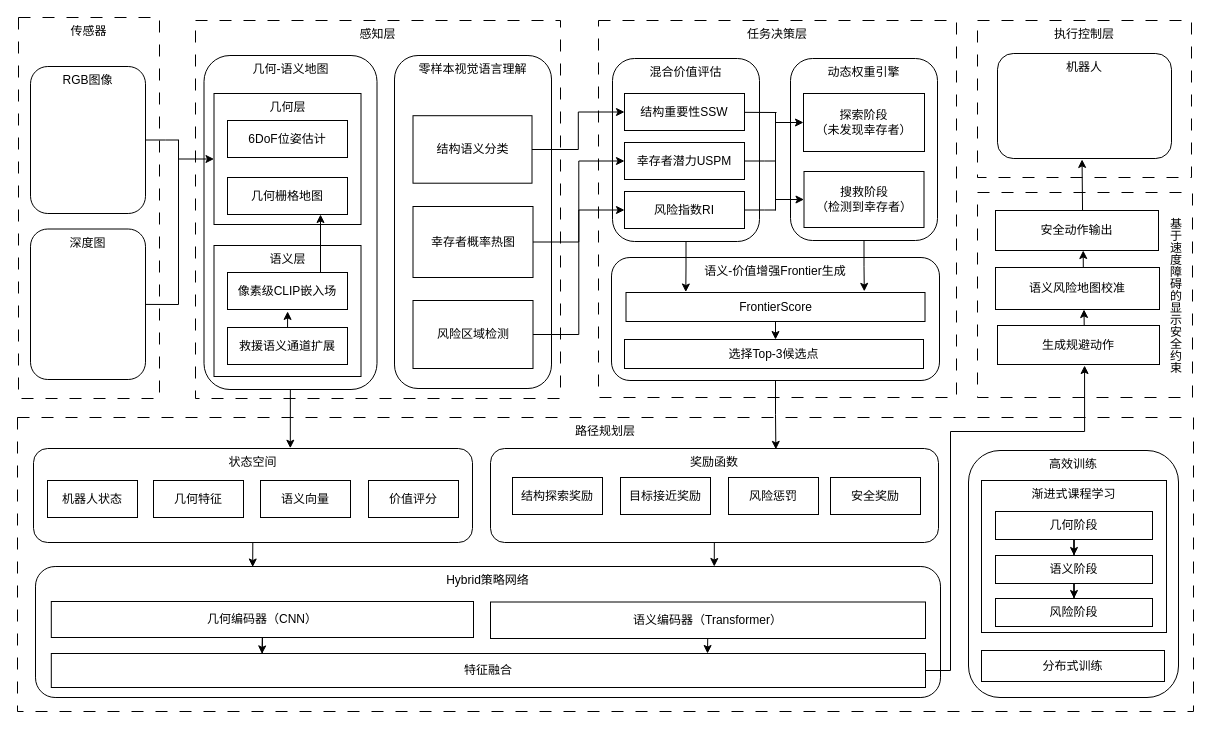
This is 未命名绘图.drawio from qingyuhai/myGitTemp, a draw.io file, before an edit. Source tidied: cells renumbered, new cells numbered last; positions are measured from the earlier drawing's top-left corner, leaving out a move shared by most shapes. Both pictures are drawn from the tidied source at 100%, with x=0, y=0 at pixel (17, 17).
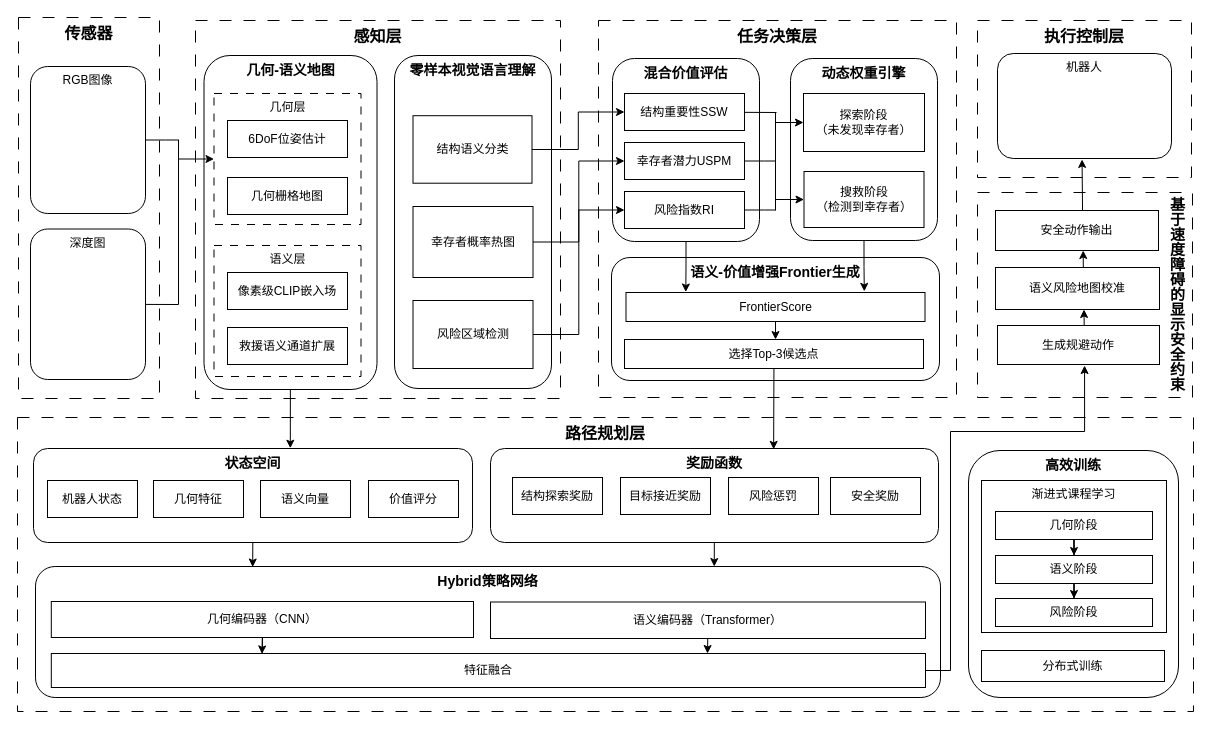
Above is the later version.

Commit message (it also covers changes not shown here):
更新未命名绘图.drawio

Unchanged cells that the change refers to:
```xml
<mxCell id="52" value="救援语义通道扩展" style="rounded=0;whiteSpace=wrap;html=1;" parent="1" vertex="1">
  <mxGeometry x="210" y="310" width="120" height="37" as="geometry" />
</mxCell>
<mxCell id="54" value="像素级CLIP嵌入场" style="rounded=0;whiteSpace=wrap;html=1;" parent="1" vertex="1">
  <mxGeometry x="210" y="255" width="120" height="37" as="geometry" />
</mxCell>
<mxCell id="66" value="&lt;div&gt;&lt;div class=&quot;old-record-id-MrWGdxZGiolvprx9qxSc6dqvnWe&quot;&gt;&lt;div&gt;&lt;div class=&quot;ace-line ace-line old-record-id-MdqQdFTXMoa1VLxG5Y0cHxWdnwl&quot;&gt;&lt;div&gt;&lt;div class=&quot;old-record-id-ON2RdJJ0aoLhdgxKIYQc2rJrnkc&quot;&gt;选择Top-3候选点&lt;/div&gt;&lt;/div&gt;&lt;span class=&quot;lark-record-clipboard&quot; data-lark-record-data=&quot;{&amp;quot;rootId&amp;quot;:&amp;quot;BNPAdGCBEommW2xqo2ccPuPGn6e&amp;quot;,&amp;quot;text&amp;quot;:{&amp;quot;initialAttributedTexts&amp;quot;:{&amp;quot;text&amp;quot;:{&amp;quot;0&amp;quot;:&amp;quot;选择Top-3候选点&amp;quot;},&amp;quot;attribs&amp;quot;:{&amp;quot;0&amp;quot;:&amp;quot;*0+a&amp;quot;}},&amp;quot;apool&amp;quot;:{&amp;quot;numToAttrib&amp;quot;:{&amp;quot;0&amp;quot;:[&amp;quot;author&amp;quot;,&amp;quot;7080140424181972994&amp;quot;]},&amp;quot;nextNum&amp;quot;:1}},&amp;quot;type&amp;quot;:&amp;quot;text&amp;quot;,&amp;quot;referenceRecordMap&amp;quot;:{},&amp;quot;extra&amp;quot;:{&amp;quot;channel&amp;quot;:&amp;quot;saas&amp;quot;,&amp;quot;isEqualBlockSelection&amp;quot;:false,&amp;quot;pasteRandomId&amp;quot;:&amp;quot;8e714dca-01f3-4ddd-979a-de3e74d18979&amp;quot;,&amp;quot;mention_page_title&amp;quot;:{},&amp;quot;external_mention_url&amp;quot;:{}},&amp;quot;isKeepQuoteContainer&amp;quot;:false,&amp;quot;isFromCode&amp;quot;:false,&amp;quot;selection&amp;quot;:[{&amp;quot;id&amp;quot;:616,&amp;quot;type&amp;quot;:&amp;quot;text&amp;quot;,&amp;quot;selection&amp;quot;:{&amp;quot;start&amp;quot;:32,&amp;quot;end&amp;quot;:42},&amp;quot;recordId&amp;quot;:&amp;quot;ON2RdJJ0aoLhdgxKIYQc2rJrnkc&amp;quot;}],&amp;quot;payloadMap&amp;quot;:{},&amp;quot;isCut&amp;quot;:false}&quot;&gt;&lt;/span&gt;&lt;/div&gt;&lt;/div&gt;&lt;span class=&quot;lark-record-clipboard&quot; data-lark-record-data=&quot;{&amp;quot;rootId&amp;quot;:&amp;quot;BNPAdGCBEommW2xqo2ccPuPGn6e&amp;quot;,&amp;quot;text&amp;quot;:{&amp;quot;initialAttributedTexts&amp;quot;:{&amp;quot;text&amp;quot;:{&amp;quot;0&amp;quot;:&amp;quot; &amp;quot;},&amp;quot;attribs&amp;quot;:{&amp;quot;0&amp;quot;:&amp;quot;*2*0*1+1&amp;quot;}},&amp;quot;apool&amp;quot;:{&amp;quot;numToAttrib&amp;quot;:{&amp;quot;0&amp;quot;:[&amp;quot;equation&amp;quot;,&amp;quot;\\text{FrontierScore}\n&amp;quot;],&amp;quot;1&amp;quot;:[&amp;quot;objectID&amp;quot;,&amp;quot;rOXUzTqO&amp;quot;],&amp;quot;2&amp;quot;:[&amp;quot;author&amp;quot;,&amp;quot;7080140424181972994&amp;quot;]},&amp;quot;nextNum&amp;quot;:3}},&amp;quot;type&amp;quot;:&amp;quot;text&amp;quot;,&amp;quot;referenceRecordMap&amp;quot;:{},&amp;quot;extra&amp;quot;:{&amp;quot;channel&amp;quot;:&amp;quot;saas&amp;quot;,&amp;quot;isEqualBlockSelection&amp;quot;:true,&amp;quot;pasteRandomId&amp;quot;:&amp;quot;67b2a4c2-bbb4-4ff4-b034-cae2410ab669&amp;quot;,&amp;quot;mention_page_title&amp;quot;:{},&amp;quot;external_mention_url&amp;quot;:{}},&amp;quot;isKeepQuoteContainer&amp;quot;:false,&amp;quot;isFromCode&amp;quot;:false,&amp;quot;selection&amp;quot;:[{&amp;quot;id&amp;quot;:252,&amp;quot;type&amp;quot;:&amp;quot;text&amp;quot;,&amp;quot;selection&amp;quot;:{&amp;quot;start&amp;quot;:0,&amp;quot;end&amp;quot;:1},&amp;quot;recordId&amp;quot;:&amp;quot;MdqQdFTXMoa1VLxG5Y0cHxWdnwl&amp;quot;}],&amp;quot;payloadMap&amp;quot;:{},&amp;quot;isCut&amp;quot;:false}&quot;&gt;&lt;/span&gt;&lt;/div&gt;&lt;/div&gt;&lt;span class=&quot;lark-record-clipboard&quot; data-lark-record-data=&quot;{&amp;quot;rootId&amp;quot;:&amp;quot;BNPAdGCBEommW2xqo2ccPuPGn6e&amp;quot;,&amp;quot;text&amp;quot;:{&amp;quot;initialAttributedTexts&amp;quot;:{&amp;quot;text&amp;quot;:{&amp;quot;0&amp;quot;:&amp;quot;价值地图引导的Frontier选择&amp;quot;},&amp;quot;attribs&amp;quot;:{&amp;quot;0&amp;quot;:&amp;quot;*0*1+h&amp;quot;}},&amp;quot;apool&amp;quot;:{&amp;quot;numToAttrib&amp;quot;:{&amp;quot;0&amp;quot;:[&amp;quot;author&amp;quot;,&amp;quot;7080140424181972994&amp;quot;],&amp;quot;1&amp;quot;:[&amp;quot;bold&amp;quot;,&amp;quot;true&amp;quot;]},&amp;quot;nextNum&amp;quot;:2}},&amp;quot;type&amp;quot;:&amp;quot;text&amp;quot;,&amp;quot;referenceRecordMap&amp;quot;:{},&amp;quot;extra&amp;quot;:{&amp;quot;channel&amp;quot;:&amp;quot;saas&amp;quot;,&amp;quot;isEqualBlockSelection&amp;quot;:false,&amp;quot;pasteRandomId&amp;quot;:&amp;quot;e27646a3-14b2-4f86-8ac1-85d0b10dd6ea&amp;quot;,&amp;quot;mention_page_title&amp;quot;:{},&amp;quot;external_mention_url&amp;quot;:{}},&amp;quot;isKeepQuoteContainer&amp;quot;:false,&amp;quot;isFromCode&amp;quot;:false,&amp;quot;selection&amp;quot;:[{&amp;quot;id&amp;quot;:241,&amp;quot;type&amp;quot;:&amp;quot;text&amp;quot;,&amp;quot;selection&amp;quot;:{&amp;quot;start&amp;quot;:0,&amp;quot;end&amp;quot;:17},&amp;quot;recordId&amp;quot;:&amp;quot;MrWGdxZGiolvprx9qxSc6dqvnWe&amp;quot;}],&amp;quot;payloadMap&amp;quot;:{},&amp;quot;isCut&amp;quot;:false}&quot;&gt;&lt;/span&gt;" style="rounded=0;whiteSpace=wrap;html=1;" parent="1" vertex="1">
  <mxGeometry x="607" y="322" width="299" height="29" as="geometry" />
</mxCell>
```

The edit, as a diff of the source:
```diff
@@
-    <mxCell id="2" value="传感器" style="rounded=0;whiteSpace=wrap;html=1;verticalAlign=top;dashed=1;dashPattern=12 12;" parent="1" vertex="1">
+    <mxCell id="2" value="&lt;b&gt;&lt;font style=&quot;font-size: 16px;&quot;&gt;传感器&lt;/font&gt;&lt;/b&gt;" style="rounded=0;whiteSpace=wrap;html=1;verticalAlign=top;dashed=1;dashPattern=12 12;fillStyle=auto;" parent="1" vertex="1">
       <mxGeometry x="1" width="141" height="381" as="geometry" />
     </mxCell>
-    <mxCell id="3" value="感知层" style="rounded=0;whiteSpace=wrap;html=1;verticalAlign=top;dashed=1;dashPattern=12 12;" parent="1" vertex="1">
+    <mxCell id="3" value="&lt;font style=&quot;font-size: 16px;&quot;&gt;&lt;b&gt;感知层&lt;/b&gt;&lt;/font&gt;" style="rounded=0;whiteSpace=wrap;html=1;verticalAlign=top;dashed=1;dashPattern=12 12;" parent="1" vertex="1">
       <mxGeometry x="178" y="3" width="365" height="378" as="geometry" />
     </mxCell>
-    <mxCell id="4" value="任务决策层" style="rounded=0;whiteSpace=wrap;html=1;verticalAlign=top;dashed=1;dashPattern=12 12;" parent="1" vertex="1">
+    <mxCell id="4" value="&lt;font style=&quot;font-size: 16px;&quot;&gt;&lt;b&gt;任务决策层&lt;/b&gt;&lt;/font&gt;" style="rounded=0;whiteSpace=wrap;html=1;verticalAlign=top;dashed=1;dashPattern=12 12;" parent="1" vertex="1">
       <mxGeometry x="581" y="3" width="358" height="377" as="geometry" />
     </mxCell>
-    <mxCell id="5" value="路径规划层" style="rounded=0;whiteSpace=wrap;html=1;verticalAlign=top;dashed=1;dashPattern=12 12;" parent="1" vertex="1">
+    <mxCell id="5" value="&lt;font style=&quot;font-size: 16px;&quot;&gt;&lt;b&gt;路径规划层&lt;/b&gt;&lt;/font&gt;" style="rounded=0;whiteSpace=wrap;html=1;verticalAlign=top;dashed=1;dashPattern=12 12;" parent="1" vertex="1">
       <mxGeometry y="400" width="1176" height="294" as="geometry" />
     </mxCell>
-    <mxCell id="6" value="执行控制层" style="rounded=0;whiteSpace=wrap;html=1;verticalAlign=top;dashed=1;dashPattern=12 12;" parent="1" vertex="1">
+    <mxCell id="6" value="&lt;font style=&quot;font-size: 16px;&quot;&gt;&lt;b&gt;执行控制层&lt;/b&gt;&lt;/font&gt;" style="rounded=0;whiteSpace=wrap;html=1;verticalAlign=top;dashed=1;dashPattern=12 12;" parent="1" vertex="1">
       <mxGeometry x="960" y="3" width="214" height="157" as="geometry" />
     </mxCell>
-    <mxCell id="7" value="几何-语义地图" style="rounded=1;whiteSpace=wrap;html=1;verticalAlign=top;" parent="1" vertex="1">
+    <mxCell id="7" value="&lt;font style=&quot;font-size: 14px;&quot;&gt;&lt;b&gt;几何-语义地图&lt;/b&gt;&lt;/font&gt;" style="rounded=1;whiteSpace=wrap;html=1;verticalAlign=top;" parent="1" vertex="1">
       <mxGeometry x="186.5" y="38" width="173" height="334" as="geometry" />
     </mxCell>
@@
-    <mxCell id="9" value="几何层" style="rounded=0;whiteSpace=wrap;html=1;verticalAlign=top;" parent="1" vertex="1">
+    <mxCell id="9" value="几何层" style="rounded=0;whiteSpace=wrap;html=1;verticalAlign=top;dashed=1;dashPattern=8 8;" parent="1" vertex="1">
       <mxGeometry x="196.5" y="76" width="147" height="131" as="geometry" />
     </mxCell>
-    <mxCell id="10" value="语义层" style="rounded=0;whiteSpace=wrap;html=1;verticalAlign=top;" parent="1" vertex="1">
+    <mxCell id="10" value="语义层" style="rounded=0;whiteSpace=wrap;html=1;verticalAlign=top;dashed=1;dashPattern=8 8;" parent="1" vertex="1">
       <mxGeometry x="196.5" y="228" width="147" height="131" as="geometry" />
     </mxCell>
-    <mxCell id="11" value="混合价值评估" style="rounded=1;whiteSpace=wrap;html=1;verticalAlign=top;" parent="1" vertex="1">
+    <mxCell id="11" value="&lt;font style=&quot;font-size: 14px;&quot;&gt;&lt;b&gt;混合价值评估&lt;/b&gt;&lt;/font&gt;" style="rounded=1;whiteSpace=wrap;html=1;verticalAlign=top;" parent="1" vertex="1">
       <mxGeometry x="595" y="41" width="147" height="183" as="geometry" />
     </mxCell>
@@
-    <mxCell id="18" value="动态权重引擎" style="rounded=1;whiteSpace=wrap;html=1;verticalAlign=top;" parent="1" vertex="1">
+    <mxCell id="18" value="&lt;font style=&quot;font-size: 14px;&quot;&gt;&lt;b&gt;动态权重引擎&lt;/b&gt;&lt;/font&gt;" style="rounded=1;whiteSpace=wrap;html=1;verticalAlign=top;" parent="1" vertex="1">
       <mxGeometry x="773" y="41" width="147" height="182" as="geometry" />
     </mxCell>
@@
-    <mxCell id="23" value="Hybrid策略网络" style="rounded=1;whiteSpace=wrap;html=1;verticalAlign=top;" parent="1" vertex="1">
+    <mxCell id="23" value="&lt;font style=&quot;font-size: 14px;&quot;&gt;&lt;b&gt;Hybrid策略网络&lt;/b&gt;&lt;/font&gt;" style="rounded=1;whiteSpace=wrap;html=1;verticalAlign=top;" parent="1" vertex="1">
       <mxGeometry x="18" y="549" width="905" height="131" as="geometry" />
     </mxCell>
-    <mxCell id="24" value="状态空间" style="rounded=1;whiteSpace=wrap;html=1;verticalAlign=top;" parent="1" vertex="1">
+    <mxCell id="24" value="&lt;font style=&quot;font-size: 14px;&quot;&gt;&lt;b&gt;状态空间&lt;/b&gt;&lt;/font&gt;" style="rounded=1;whiteSpace=wrap;html=1;verticalAlign=top;" parent="1" vertex="1">
       <mxGeometry x="16" y="431" width="439" height="94" as="geometry" />
     </mxCell>
@@
-    <mxCell id="29" value="&lt;div&gt;&lt;div class=&quot;old-record-id-UI9NddCrRo0jrax99HIcFApNn1e&quot;&gt;基于速度障碍的&lt;span style=&quot;color: light-dark(rgb(0, 0, 0), rgb(255, 255, 255));&quot;&gt;显示安全约束&lt;/span&gt;&lt;/div&gt;&lt;/div&gt;" style="rounded=0;whiteSpace=wrap;html=1;verticalAlign=middle;dashed=1;dashPattern=12 12;align=left;labelPosition=right;verticalLabelPosition=middle;textDirection=vertical-lr;spacingLeft=-27;" parent="1" vertex="1">
+    <mxCell id="29" value="&lt;div&gt;&lt;div class=&quot;old-record-id-UI9NddCrRo0jrax99HIcFApNn1e&quot;&gt;&lt;font style=&quot;font-size: 15px;&quot;&gt;&lt;b&gt;基于速度障碍的&lt;span style=&quot;color: light-dark(rgb(0, 0, 0), rgb(255, 255, 255));&quot;&gt;显示安全约束&lt;/span&gt;&lt;/b&gt;&lt;/font&gt;&lt;/div&gt;&lt;/div&gt;" style="rounded=0;whiteSpace=wrap;html=1;verticalAlign=middle;dashed=1;dashPattern=12 12;align=left;labelPosition=right;verticalLabelPosition=middle;textDirection=vertical-lr;spacingLeft=-27;" parent="1" vertex="1">
       <mxGeometry x="960" y="175" width="215" height="205" as="geometry" />
     </mxCell>
@@
-    <mxCell id="43" value="奖励函数" style="rounded=1;whiteSpace=wrap;html=1;verticalAlign=top;" parent="1" vertex="1">
+    <mxCell id="43" value="&lt;font style=&quot;font-size: 14px;&quot;&gt;&lt;b&gt;奖励函数&lt;/b&gt;&lt;/font&gt;" style="rounded=1;whiteSpace=wrap;html=1;verticalAlign=top;" parent="1" vertex="1">
       <mxGeometry x="473" y="431" width="448" height="94" as="geometry" />
     </mxCell>
@@
-    <mxCell id="53" style="edgeStyle=orthogonalEdgeStyle;rounded=0;orthogonalLoop=1;jettySize=auto;html=1;entryX=0.5;entryY=1;entryDx=0;entryDy=0;" parent="1" edge="1">
-      <mxGeometry relative="1" as="geometry">
-        <mxPoint x="303" y="255" as="sourcePoint" />
-        <mxPoint x="303" y="197" as="targetPoint" />
-      </mxGeometry>
-    </mxCell>
@@
-    <mxCell id="56" value="零样本视觉语言理解" style="rounded=1;whiteSpace=wrap;html=1;verticalAlign=top;" parent="1" vertex="1">
+    <mxCell id="56" value="&lt;font style=&quot;font-size: 14px;&quot;&gt;&lt;b&gt;零样本视觉语言理解&lt;/b&gt;&lt;/font&gt;" style="rounded=1;whiteSpace=wrap;html=1;verticalAlign=top;" parent="1" vertex="1">
       <mxGeometry x="377" y="38" width="157" height="333" as="geometry" />
     </mxCell>
@@
-    <mxCell id="63" value="&lt;div&gt;&lt;div class=&quot;old-record-id-MrWGdxZGiolvprx9qxSc6dqvnWe&quot;&gt;&lt;div&gt;&lt;div class=&quot;ace-line ace-line old-record-id-MdqQdFTXMoa1VLxG5Y0cHxWdnwl&quot;&gt;&lt;div&gt;&lt;div&gt;&lt;div class=&quot;old-record-id-LJWMd13EboU8sNxJyBIcaIWCn3g&quot;&gt;语义-价值增强&lt;span style=&quot;color: initial;&quot;&gt;Frontier生成&lt;/span&gt;&lt;/div&gt;&lt;/div&gt;&lt;/div&gt;&lt;span class=&quot;lark-record-clipboard&quot; data-lark-record-data=&quot;{&amp;quot;rootId&amp;quot;:&amp;quot;BNPAdGCBEommW2xqo2ccPuPGn6e&amp;quot;,&amp;quot;text&amp;quot;:{&amp;quot;initialAttributedTexts&amp;quot;:{&amp;quot;text&amp;quot;:{&amp;quot;0&amp;quot;:&amp;quot;Frontier生成&amp;quot;},&amp;quot;attribs&amp;quot;:{&amp;quot;0&amp;quot;:&amp;quot;*0*1+a&amp;quot;}},&amp;quot;apool&amp;quot;:{&amp;quot;numToAttrib&amp;quot;:{&amp;quot;0&amp;quot;:[&amp;quot;author&amp;quot;,&amp;quot;7080140424181972994&amp;quot;],&amp;quot;1&amp;quot;:[&amp;quot;bold&amp;quot;,&amp;quot;true&amp;quot;]},&amp;quot;nextNum&amp;quot;:2}},&amp;quot;type&amp;quot;:&amp;quot;text&amp;quot;,&amp;quot;referenceRecordMap&amp;quot;:{},&amp;quot;extra&amp;quot;:{&amp;quot;channel&amp;quot;:&amp;quot;saas&amp;quot;,&amp;quot;isEqualBlockSelection&amp;quot;:false,&amp;quot;pasteRandomId&amp;quot;:&amp;quot;f8a05753-6cb4-4aed-bde6-70c36ad921ee&amp;quot;,&amp;quot;mention_page_title&amp;quot;:{},&amp;quot;external_mention_url&amp;quot;:{}},&amp;quot;isKeepQuoteContainer&amp;quot;:false,&amp;quot;isFromCode&amp;quot;:false,&amp;quot;selection&amp;quot;:[{&amp;quot;id&amp;quot;:251,&amp;quot;type&amp;quot;:&amp;quot;text&amp;quot;,&amp;quot;selection&amp;quot;:{&amp;quot;start&amp;quot;:0,&amp;quot;end&amp;quot;:10},&amp;quot;recordId&amp;quot;:&amp;quot;HUakdoc2soV0hExb6HFcCU7Snog&amp;quot;}],&amp;quot;payloadMap&amp;quot;:{},&amp;quot;isCut&amp;quot;:false}&quot;&gt;&lt;/span&gt;&lt;/div&gt;&lt;/div&gt;&lt;span class=&quot;lark-record-clipboard&quot; data-lark-record-data=&quot;{&amp;quot;rootId&amp;quot;:&amp;quot;BNPAdGCBEommW2xqo2ccPuPGn6e&amp;quot;,&amp;quot;text&amp;quot;:{&amp;quot;initialAttributedTexts&amp;quot;:{&amp;quot;text&amp;quot;:{&amp;quot;0&amp;quot;:&amp;quot; &amp;quot;},&amp;quot;attribs&amp;quot;:{&amp;quot;0&amp;quot;:&amp;quot;*2*0*1+1&amp;quot;}},&amp;quot;apool&amp;quot;:{&amp;quot;numToAttrib&amp;quot;:{&amp;quot;0&amp;quot;:[&amp;quot;equation&amp;quot;,&amp;quot;\\text{FrontierScore}\n&amp;quot;],&amp;quot;1&amp;quot;:[&amp;quot;objectID&amp;quot;,&amp;quot;rOXUzTqO&amp;quot;],&amp;quot;2&amp;quot;:[&amp;quot;author&amp;quot;,&amp;quot;7080140424181972994&amp;quot;]},&amp;quot;nextNum&amp;quot;:3}},&amp;quot;type&amp;quot;:&amp;quot;text&amp;quot;,&amp;quot;referenceRecordMap&amp;quot;:{},&amp;quot;extra&amp;quot;:{&amp;quot;channel&amp;quot;:&amp;quot;saas&amp;quot;,&amp;quot;isEqualBlockSelection&amp;quot;:true,&amp;quot;pasteRandomId&amp;quot;:&amp;quot;67b2a4c2-bbb4-4ff4-b034-cae2410ab669&amp;quot;,&amp;quot;mention_page_title&amp;quot;:{},&amp;quot;external_mention_url&amp;quot;:{}},&amp;quot;isKeepQuoteContainer&amp;quot;:false,&amp;quot;isFromCode&amp;quot;:false,&amp;quot;selection&amp;quot;:[{&amp;quot;id&amp;quot;:252,&amp;quot;type&amp;quot;:&amp;quot;text&amp;quot;,&amp;quot;selection&amp;quot;:{&amp;quot;start&amp;quot;:0,&amp;quot;end&amp;quot;:1},&amp;quot;recordId&amp;quot;:&amp;quot;MdqQdFTXMoa1VLxG5Y0cHxWdnwl&amp;quot;}],&amp;quot;payloadMap&amp;quot;:{},&amp;quot;isCut&amp;quot;:false}&quot;&gt;&lt;/span&gt;&lt;/div&gt;&lt;/div&gt;&lt;span class=&quot;lark-record-clipboard&quot; data-lark-record-data=&quot;{&amp;quot;rootId&amp;quot;:&amp;quot;BNPAdGCBEommW2xqo2ccPuPGn6e&amp;quot;,&amp;quot;text&amp;quot;:{&amp;quot;initialAttributedTexts&amp;quot;:{&amp;quot;text&amp;quot;:{&amp;quot;0&amp;quot;:&amp;quot;价值地图引导的Frontier选择&amp;quot;},&amp;quot;attribs&amp;quot;:{&amp;quot;0&amp;quot;:&amp;quot;*0*1+h&amp;quot;}},&amp;quot;apool&amp;quot;:{&amp;quot;numToAttrib&amp;quot;:{&amp;quot;0&amp;quot;:[&amp;quot;author&amp;quot;,&amp;quot;7080140424181972994&amp;quot;],&amp;quot;1&amp;quot;:[&amp;quot;bold&amp;quot;,&amp;quot;true&amp;quot;]},&amp;quot;nextNum&amp;quot;:2}},&amp;quot;type&amp;quot;:&amp;quot;text&amp;quot;,&amp;quot;referenceRecordMap&amp;quot;:{},&amp;quot;extra&amp;quot;:{&amp;quot;channel&amp;quot;:&amp;quot;saas&amp;quot;,&amp;quot;isEqualBlockSelection&amp;quot;:false,&amp;quot;pasteRandomId&amp;quot;:&amp;quot;e27646a3-14b2-4f86-8ac1-85d0b10dd6ea&amp;quot;,&amp;quot;mention_page_title&amp;quot;:{},&amp;quot;external_mention_url&amp;quot;:{}},&amp;quot;isKeepQuoteContainer&amp;quot;:false,&amp;quot;isFromCode&amp;quot;:false,&amp;quot;selection&amp;quot;:[{&amp;quot;id&amp;quot;:241,&amp;quot;type&amp;quot;:&amp;quot;text&amp;quot;,&amp;quot;selection&amp;quot;:{&amp;quot;start&amp;quot;:0,&amp;quot;end&amp;quot;:17},&amp;quot;recordId&amp;quot;:&amp;quot;MrWGdxZGiolvprx9qxSc6dqvnWe&amp;quot;}],&amp;quot;payloadMap&amp;quot;:{},&amp;quot;isCut&amp;quot;:false}&quot;&gt;&lt;/span&gt;" style="rounded=1;whiteSpace=wrap;html=1;verticalAlign=top;" parent="1" vertex="1">
+    <mxCell id="63" value="&lt;div&gt;&lt;div class=&quot;old-record-id-MrWGdxZGiolvprx9qxSc6dqvnWe&quot;&gt;&lt;div&gt;&lt;div class=&quot;ace-line ace-line old-record-id-MdqQdFTXMoa1VLxG5Y0cHxWdnwl&quot;&gt;&lt;div&gt;&lt;div&gt;&lt;div class=&quot;old-record-id-LJWMd13EboU8sNxJyBIcaIWCn3g&quot;&gt;&lt;font style=&quot;font-size: 14px;&quot;&gt;&lt;b&gt;语义-价值增强&lt;span style=&quot;color: initial;&quot;&gt;Frontier生成&lt;/span&gt;&lt;/b&gt;&lt;/font&gt;&lt;/div&gt;&lt;/div&gt;&lt;/div&gt;&lt;span class=&quot;lark-record-clipboard&quot; data-lark-record-data=&quot;{&amp;quot;rootId&amp;quot;:&amp;quot;BNPAdGCBEommW2xqo2ccPuPGn6e&amp;quot;,&amp;quot;text&amp;quot;:{&amp;quot;initialAttributedTexts&amp;quot;:{&amp;quot;text&amp;quot;:{&amp;quot;0&amp;quot;:&amp;quot;Frontier生成&amp;quot;},&amp;quot;attribs&amp;quot;:{&amp;quot;0&amp;quot;:&amp;quot;*0*1+a&amp;quot;}},&amp;quot;apool&amp;quot;:{&amp;quot;numToAttrib&amp;quot;:{&amp;quot;0&amp;quot;:[&amp;quot;author&amp;quot;,&amp;quot;7080140424181972994&amp;quot;],&amp;quot;1&amp;quot;:[&amp;quot;bold&amp;quot;,&amp;quot;true&amp;quot;]},&amp;quot;nextNum&amp;quot;:2}},&amp;quot;type&amp;quot;:&amp;quot;text&amp;quot;,&amp;quot;referenceRecordMap&amp;quot;:{},&amp;quot;extra&amp;quot;:{&amp;quot;channel&amp;quot;:&amp;quot;saas&amp;quot;,&amp;quot;isEqualBlockSelection&amp;quot;:false,&amp;quot;pasteRandomId&amp;quot;:&amp;quot;f8a05753-6cb4-4aed-bde6-70c36ad921ee&amp;quot;,&amp;quot;mention_page_title&amp;quot;:{},&amp;quot;external_mention_url&amp;quot;:{}},&amp;quot;isKeepQuoteContainer&amp;quot;:false,&amp;quot;isFromCode&amp;quot;:false,&amp;quot;selection&amp;quot;:[{&amp;quot;id&amp;quot;:251,&amp;quot;type&amp;quot;:&amp;quot;text&amp;quot;,&amp;quot;selection&amp;quot;:{&amp;quot;start&amp;quot;:0,&amp;quot;end&amp;quot;:10},&amp;quot;recordId&amp;quot;:&amp;quot;HUakdoc2soV0hExb6HFcCU7Snog&amp;quot;}],&amp;quot;payloadMap&amp;quot;:{},&amp;quot;isCut&amp;quot;:false}&quot;&gt;&lt;/span&gt;&lt;/div&gt;&lt;/div&gt;&lt;span class=&quot;lark-record-clipboard&quot; data-lark-record-data=&quot;{&amp;quot;rootId&amp;quot;:&amp;quot;BNPAdGCBEommW2xqo2ccPuPGn6e&amp;quot;,&amp;quot;text&amp;quot;:{&amp;quot;initialAttributedTexts&amp;quot;:{&amp;quot;text&amp;quot;:{&amp;quot;0&amp;quot;:&amp;quot; &amp;quot;},&amp;quot;attribs&amp;quot;:{&amp;quot;0&amp;quot;:&amp;quot;*2*0*1+1&amp;quot;}},&amp;quot;apool&amp;quot;:{&amp;quot;numToAttrib&amp;quot;:{&amp;quot;0&amp;quot;:[&amp;quot;equation&amp;quot;,&amp;quot;\\text{FrontierScore}\n&amp;quot;],&amp;quot;1&amp;quot;:[&amp;quot;objectID&amp;quot;,&amp;quot;rOXUzTqO&amp;quot;],&amp;quot;2&amp;quot;:[&amp;quot;author&amp;quot;,&amp;quot;7080140424181972994&amp;quot;]},&amp;quot;nextNum&amp;quot;:3}},&amp;quot;type&amp;quot;:&amp;quot;text&amp;quot;,&amp;quot;referenceRecordMap&amp;quot;:{},&amp;quot;extra&amp;quot;:{&amp;quot;channel&amp;quot;:&amp;quot;saas&amp;quot;,&amp;quot;isEqualBlockSelection&amp;quot;:true,&amp;quot;pasteRandomId&amp;quot;:&amp;quot;67b2a4c2-bbb4-4ff4-b034-cae2410ab669&amp;quot;,&amp;quot;mention_page_title&amp;quot;:{},&amp;quot;external_mention_url&amp;quot;:{}},&amp;quot;isKeepQuoteContainer&amp;quot;:false,&amp;quot;isFromCode&amp;quot;:false,&amp;quot;selection&amp;quot;:[{&amp;quot;id&amp;quot;:252,&amp;quot;type&amp;quot;:&amp;quot;text&amp;quot;,&amp;quot;selection&amp;quot;:{&amp;quot;start&amp;quot;:0,&amp;quot;end&amp;quot;:1},&amp;quot;recordId&amp;quot;:&amp;quot;MdqQdFTXMoa1VLxG5Y0cHxWdnwl&amp;quot;}],&amp;quot;payloadMap&amp;quot;:{},&amp;quot;isCut&amp;quot;:false}&quot;&gt;&lt;/span&gt;&lt;/div&gt;&lt;/div&gt;&lt;span class=&quot;lark-record-clipboard&quot; data-lark-record-data=&quot;{&amp;quot;rootId&amp;quot;:&amp;quot;BNPAdGCBEommW2xqo2ccPuPGn6e&amp;quot;,&amp;quot;text&amp;quot;:{&amp;quot;initialAttributedTexts&amp;quot;:{&amp;quot;text&amp;quot;:{&amp;quot;0&amp;quot;:&amp;quot;价值地图引导的Frontier选择&amp;quot;},&amp;quot;attribs&amp;quot;:{&amp;quot;0&amp;quot;:&amp;quot;*0*1+h&amp;quot;}},&amp;quot;apool&amp;quot;:{&amp;quot;numToAttrib&amp;quot;:{&amp;quot;0&amp;quot;:[&amp;quot;author&amp;quot;,&amp;quot;7080140424181972994&amp;quot;],&amp;quot;1&amp;quot;:[&amp;quot;bold&amp;quot;,&amp;quot;true&amp;quot;]},&amp;quot;nextNum&amp;quot;:2}},&amp;quot;type&amp;quot;:&amp;quot;text&amp;quot;,&amp;quot;referenceRecordMap&amp;quot;:{},&amp;quot;extra&amp;quot;:{&amp;quot;channel&amp;quot;:&amp;quot;saas&amp;quot;,&amp;quot;isEqualBlockSelection&amp;quot;:false,&amp;quot;pasteRandomId&amp;quot;:&amp;quot;e27646a3-14b2-4f86-8ac1-85d0b10dd6ea&amp;quot;,&amp;quot;mention_page_title&amp;quot;:{},&amp;quot;external_mention_url&amp;quot;:{}},&amp;quot;isKeepQuoteContainer&amp;quot;:false,&amp;quot;isFromCode&amp;quot;:false,&amp;quot;selection&amp;quot;:[{&amp;quot;id&amp;quot;:241,&amp;quot;type&amp;quot;:&amp;quot;text&amp;quot;,&amp;quot;selection&amp;quot;:{&amp;quot;start&amp;quot;:0,&amp;quot;end&amp;quot;:17},&amp;quot;recordId&amp;quot;:&amp;quot;MrWGdxZGiolvprx9qxSc6dqvnWe&amp;quot;}],&amp;quot;payloadMap&amp;quot;:{},&amp;quot;isCut&amp;quot;:false}&quot;&gt;&lt;/span&gt;" style="rounded=1;whiteSpace=wrap;html=1;verticalAlign=top;" parent="1" vertex="1">
       <mxGeometry x="594" y="240" width="328" height="123" as="geometry" />
     </mxCell>
@@
-    <mxCell id="67" value="高效训练" style="rounded=1;whiteSpace=wrap;html=1;verticalAlign=top;" parent="1" vertex="1">
+    <mxCell id="67" value="&lt;font style=&quot;font-size: 14px;&quot;&gt;&lt;b&gt;高效训练&lt;/b&gt;&lt;/font&gt;" style="rounded=1;whiteSpace=wrap;html=1;verticalAlign=top;" parent="1" vertex="1">
       <mxGeometry x="951" y="433" width="210" height="247" as="geometry" />
     </mxCell>
@@
-    <mxCell id="82" style="rounded=0;jettySize=auto;html=1;entryX=0.501;entryY=1.052;entryDx=0;entryDy=0;entryPerimeter=0;" parent="1" edge="1" source="52" target="54">
-      <mxGeometry relative="1" as="geometry" />
-    </mxCell>
-    <mxCell id="83" style="edgeStyle=orthogonalEdgeStyle;rounded=0;jettySize=auto;html=1;entryX=0.637;entryY=0.009;entryDx=0;entryDy=0;entryPerimeter=0;" parent="1" edge="1" source="63" target="43">
-      <mxGeometry relative="1" as="geometry" />
-    </mxCell>
@@
+    <mxCell id="86" style="rounded=0;jettySize=auto;html=1;entryX=0.632;entryY=0.009;entryDx=0;entryDy=0;entryPerimeter=0;" parent="1" edge="1" source="66" target="43">
+      <mxGeometry relative="1" as="geometry" />
+    </mxCell>
```
